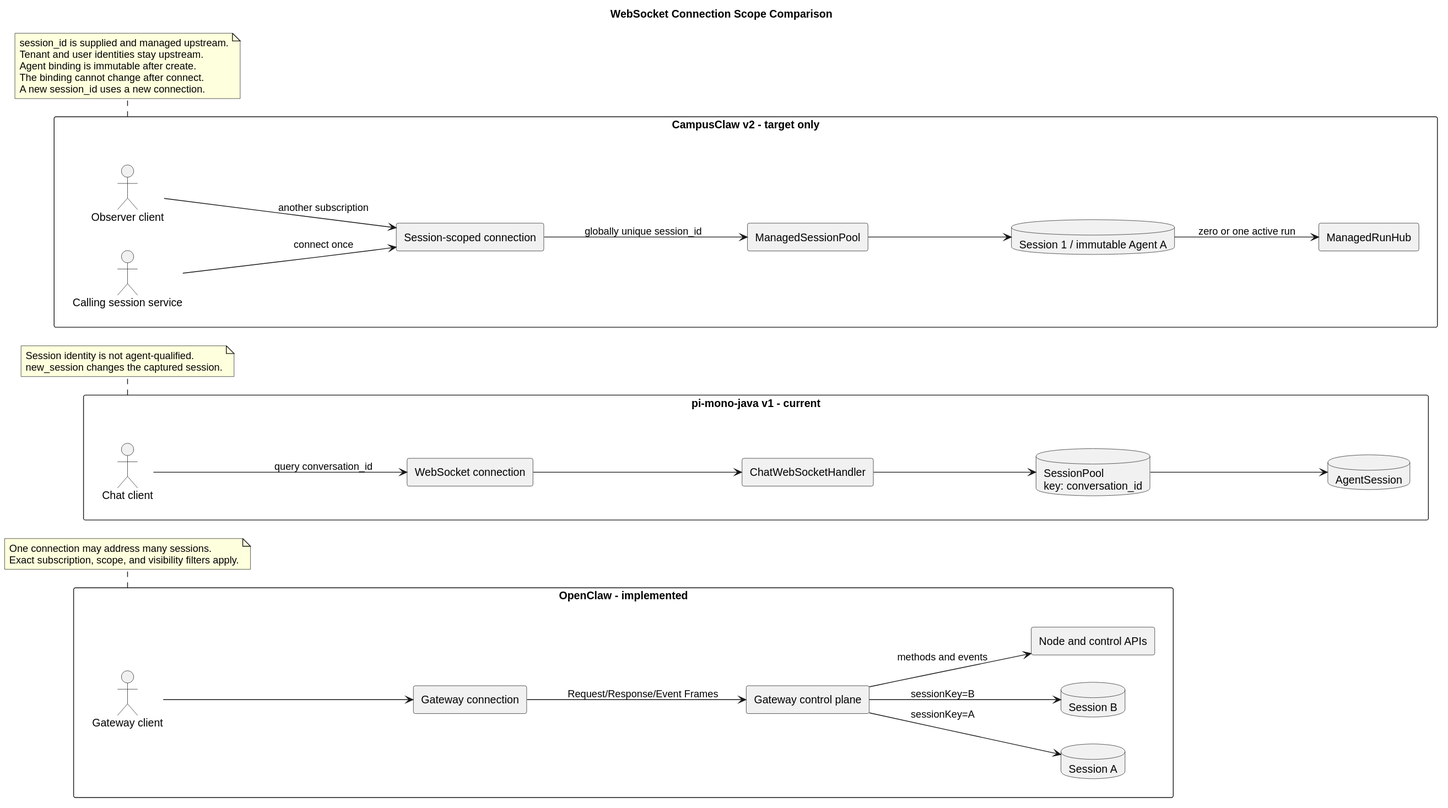
Earlier version of the PlantUML export openclaw-campusclaw-websocket-comparison/websocket_connection_scope_comparison.svg (superheromeZzh/pi-mono-java-design). Source of this version:
```plantuml
@startuml
title WebSocket Connection Scope Comparison


skinparam backgroundColor #FFFFFF
skinparam shadowing false
skinparam componentStyle rectangle
skinparam packageStyle rectangle
skinparam defaultFontName Arial
left to right direction

package "OpenClaw - implemented" as openclaw {
  actor "Gateway client" as oc_client
  component "Gateway connection" as oc_conn
  component "Gateway control plane" as oc_gateway
  database "Session A" as oc_session_a
  database "Session B" as oc_session_b
  component "Node and control APIs" as oc_control

  oc_client --> oc_conn
  oc_conn --> oc_gateway : Request/Response/Event Frames
  oc_gateway --> oc_session_a : sessionKey=A
  oc_gateway --> oc_session_b : sessionKey=B
  oc_gateway --> oc_control : methods and events
}

package "pi-mono-java v1 - current" as java_v1 {
  actor "Chat client" as java_client
  component "WebSocket connection" as java_conn
  component "ChatWebSocketHandler" as java_handler
  database "AgentSession" as java_session
  database "SessionPool\nkey: conversation_id" as java_pool

  java_client --> java_conn : query conversation_id
  java_conn --> java_handler
  java_handler --> java_pool
  java_pool --> java_session
}

package "CampusClaw v2 - target only" as campus_v2 {
  actor "Calling session service" as cc_client
  component "Session-scoped connection" as cc_conn
  component "ManagedSessionPool" as cc_pool
  component "ManagedRunHub" as cc_hub
  database "Session 1 / immutable Agent A" as cc_session
  actor "Observer client" as cc_observer

  cc_client --> cc_conn : connect once
  cc_observer --> cc_conn : another subscription
  cc_conn --> cc_pool : globally unique session_id
  cc_pool --> cc_session
  cc_session --> cc_hub : zero or one active run
}

note bottom of openclaw
  One connection may address many sessions.
  Exact subscription, scope, and visibility filters apply.
end note

note bottom of java_v1
  Session identity is not agent-qualified.
  new_session changes the captured session.
end note

note bottom of campus_v2
  session_id is supplied and managed upstream.
  Tenant and user identities stay upstream.
  Agent binding is immutable after create.
  The binding cannot change after connect.
  A new session_id uses a new connection.
end note
@enduml
```
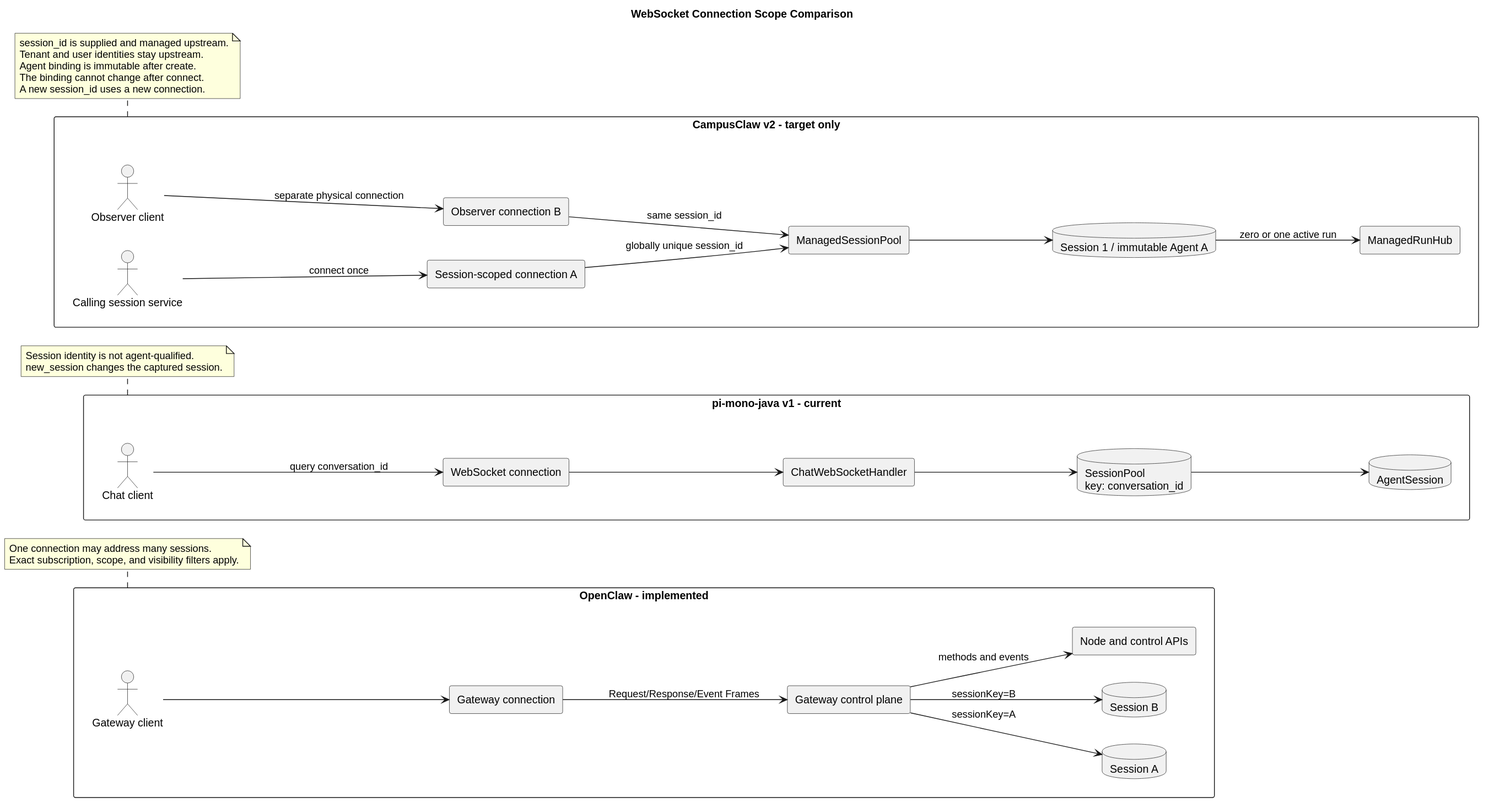
Later version of the same file.

Diff of the diagram source:
```diff
@@ -39,15 +39,17 @@
 
 package "CampusClaw v2 - target only" as campus_v2 {
   actor "Calling session service" as cc_client
-  component "Session-scoped connection" as cc_conn
+  component "Session-scoped connection A" as cc_conn
+  component "Observer connection B" as cc_observer_conn
   component "ManagedSessionPool" as cc_pool
   component "ManagedRunHub" as cc_hub
   database "Session 1 / immutable Agent A" as cc_session
   actor "Observer client" as cc_observer
 
   cc_client --> cc_conn : connect once
-  cc_observer --> cc_conn : another subscription
+  cc_observer --> cc_observer_conn : separate physical connection
   cc_conn --> cc_pool : globally unique session_id
+  cc_observer_conn --> cc_pool : same session_id
   cc_pool --> cc_session
   cc_session --> cc_hub : zero or one active run
 }
```
